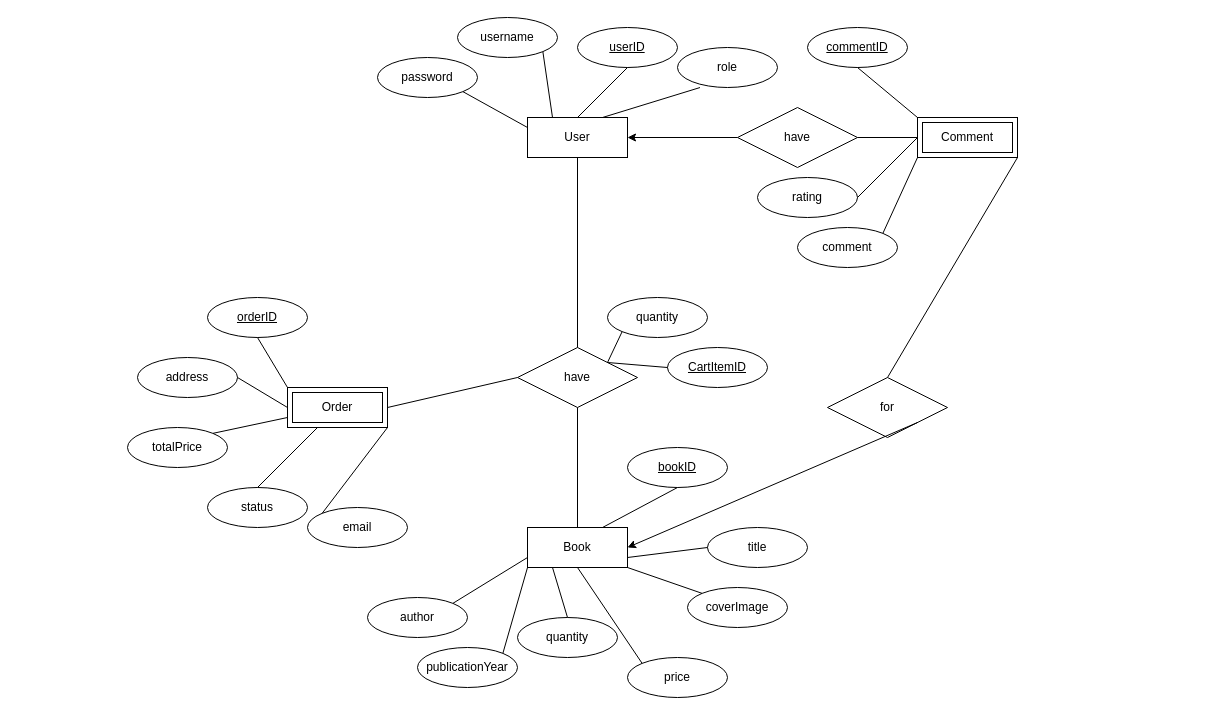
Before: Untitled Diagram.drawio in aurora-mei/BookSelling, a draw.io diagram. Source tidied: cells renumbered, new cells numbered last; positions are measured from the earlier drawing's top-left corner, leaving out a move shared by most shapes. Both pictures are drawn from the tidied source at 100%, with x=0, y=0 at pixel (127, 17).
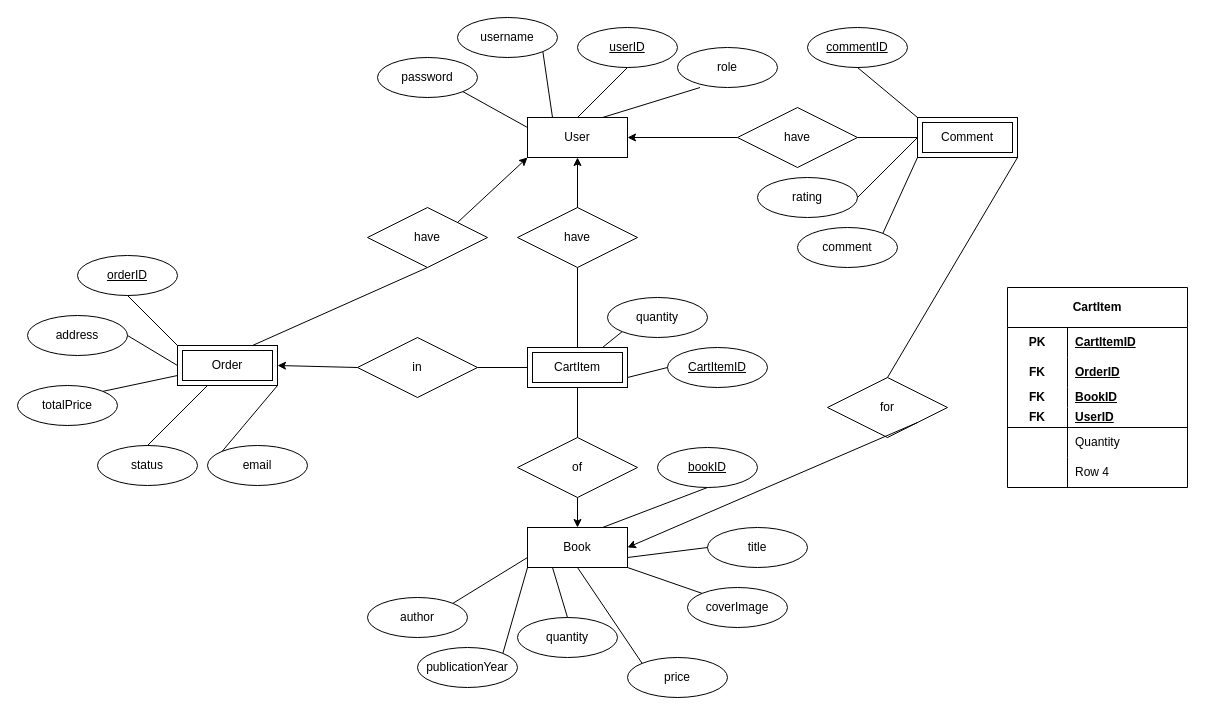
After the change.

Unchanged cells that the change refers to:
```xml
<mxCell id="2" value="User" style="whiteSpace=wrap;html=1;align=center;" parent="1" vertex="1">
  <mxGeometry x="400" y="100" width="100" height="40" as="geometry" />
</mxCell>
<mxCell id="11" value="Book" style="whiteSpace=wrap;html=1;align=center;" parent="1" vertex="1">
  <mxGeometry x="400" y="510" width="100" height="40" as="geometry" />
</mxCell>
<mxCell id="24" value="&lt;u&gt;CartItemID&lt;/u&gt;" style="ellipse;whiteSpace=wrap;html=1;align=center;fontStyle=4;" parent="1" vertex="1">
  <mxGeometry x="540" y="330" width="100" height="40" as="geometry" />
</mxCell>
<mxCell id="25" value="quantity" style="ellipse;whiteSpace=wrap;html=1;align=center;" parent="1" vertex="1">
  <mxGeometry x="480" y="280" width="100" height="40" as="geometry" />
</mxCell>
```

What changed in the source:
```diff
@@
     <mxCell id="12" value="bookID" style="ellipse;whiteSpace=wrap;html=1;align=center;fontStyle=4;" parent="1" vertex="1">
-      <mxGeometry x="500" y="430" width="100" height="40" as="geometry" />
+      <mxGeometry x="530" y="430" width="100" height="40" as="geometry" />
     </mxCell>
@@
-    <mxCell id="26" style="endArrow=none;html=1;rounded=0;exitX=0;exitY=0.5;exitDx=0;exitDy=0;entryX=1;entryY=0;entryDx=0;entryDy=0;" parent="1" edge="1" source="24" target="48">
+    <mxCell id="26" style="endArrow=none;html=1;rounded=0;exitX=0;exitY=0.5;exitDx=0;exitDy=0;entryX=1;entryY=0.75;entryDx=0;entryDy=0;" parent="1" edge="1" source="24" target="80">
       <mxGeometry relative="1" as="geometry" />
     </mxCell>
-    <mxCell id="27" style="endArrow=none;html=1;rounded=0;exitX=0;exitY=1;exitDx=0;exitDy=0;entryX=1;entryY=0;entryDx=0;entryDy=0;" parent="1" edge="1" source="25" target="48">
+    <mxCell id="27" style="endArrow=none;html=1;rounded=0;exitX=0;exitY=1;exitDx=0;exitDy=0;entryX=0.75;entryY=0;entryDx=0;entryDy=0;" parent="1" edge="1" source="25" target="80">
       <mxGeometry relative="1" as="geometry" />
     </mxCell>
@@
     <mxCell id="35" value="Order" style="shape=ext;margin=3;double=1;whiteSpace=wrap;html=1;align=center;" parent="1" vertex="1">
-      <mxGeometry x="160" y="370" width="100" height="40" as="geometry" />
+      <mxGeometry x="50" y="328" width="100" height="40" as="geometry" />
     </mxCell>
     <mxCell id="36" value="&lt;u&gt;orderID&lt;/u&gt;" style="ellipse;whiteSpace=wrap;html=1;align=center;" parent="1" vertex="1">
-      <mxGeometry x="80" y="280" width="100" height="40" as="geometry" />
+      <mxGeometry x="-50" y="238" width="100" height="40" as="geometry" />
     </mxCell>
     <mxCell id="37" value="status" style="ellipse;whiteSpace=wrap;html=1;align=center;" parent="1" vertex="1">
-      <mxGeometry x="80" y="470" width="100" height="40" as="geometry" />
+      <mxGeometry x="-30" y="428" width="100" height="40" as="geometry" />
     </mxCell>
     <mxCell id="38" value="address" style="ellipse;whiteSpace=wrap;html=1;align=center;" parent="1" vertex="1">
-      <mxGeometry x="10" y="340" width="100" height="40" as="geometry" />
+      <mxGeometry x="-100" y="298" width="100" height="40" as="geometry" />
     </mxCell>
     <mxCell id="39" value="totalPrice" style="ellipse;whiteSpace=wrap;html=1;align=center;" parent="1" vertex="1">
-      <mxGeometry y="410" width="100" height="40" as="geometry" />
+      <mxGeometry x="-110" y="368" width="100" height="40" as="geometry" />
     </mxCell>
@@
     <mxCell id="43" style="endArrow=none;html=1;rounded=0;entryX=0.5;entryY=0;entryDx=0;entryDy=0;" parent="1" edge="1" target="37">
       <mxGeometry relative="1" as="geometry">
-        <mxPoint x="190" y="410" as="sourcePoint" />
+        <mxPoint x="80" y="368" as="sourcePoint" />
       </mxGeometry>
     </mxCell>
     <mxCell id="44" value="email" style="ellipse;whiteSpace=wrap;html=1;align=center;" parent="1" vertex="1">
-      <mxGeometry x="180" y="490" width="100" height="40" as="geometry" />
+      <mxGeometry x="80" y="428" width="100" height="40" as="geometry" />
     </mxCell>
@@
-    <mxCell id="48" value="have" style="shape=rhombus;perimeter=rhombusPerimeter;whiteSpace=wrap;html=1;align=center;" parent="1" vertex="1">
-      <mxGeometry x="390" y="330" width="120" height="60" as="geometry" />
-    </mxCell>
@@
-    <mxCell id="55" style="endArrow=none;html=1;rounded=0;exitX=0.5;exitY=0;exitDx=0;exitDy=0;entryX=0.5;entryY=1;entryDx=0;entryDy=0;" parent="1" edge="1" source="48" target="2">
-      <mxGeometry relative="1" as="geometry" />
-    </mxCell>
-    <mxCell id="56" style="endArrow=none;html=1;rounded=0;exitX=0.5;exitY=0;exitDx=0;exitDy=0;entryX=0.5;entryY=1;entryDx=0;entryDy=0;" parent="1" edge="1" source="11" target="48">
-      <mxGeometry relative="1" as="geometry" />
-    </mxCell>
-    <mxCell id="57" style="endArrow=none;html=1;rounded=0;exitX=1;exitY=0.5;exitDx=0;exitDy=0;entryX=0;entryY=0.5;entryDx=0;entryDy=0;" parent="1" edge="1" source="35" target="48">
-      <mxGeometry relative="1" as="geometry" />
-    </mxCell>
+    <mxCell id="58" value="CartItem" style="shape=table;startSize=40;childLayout=tableLayout;rowLines=0;fontStyle=1;align=center;html=1;whiteSpace=wrap;" parent="1" vertex="1">
+      <mxGeometry x="880" y="270" width="180" height="200" as="geometry" />
+    </mxCell>
+    <mxCell id="59" style="shape=tableRow;horizontal=0;startSize=0;swimlaneHead=0;swimlaneBody=0;fillColor=none;top=0;left=0;right=0;bottom=0;html=1;" parent="58" vertex="1">
+      <mxGeometry y="40" width="180" height="30" as="geometry" />
+    </mxCell>
+    <mxCell id="60" value="PK" style="shape=partialRectangle;fillColor=none;top=0;left=0;bottom=0;right=0;fontStyle=1;overflow=hidden;html=1;whiteSpace=wrap;" parent="59" vertex="1">
+      <mxGeometry width="60" height="30" as="geometry" />
+    </mxCell>
+    <mxCell id="61" value="CartItemID" style="shape=partialRectangle;fillColor=none;top=0;left=0;bottom=0;right=0;align=left;spacingLeft=6;fontStyle=5;overflow=hidden;html=1;whiteSpace=wrap;" parent="59" vertex="1">
+      <mxGeometry x="60" width="120" height="30" as="geometry" />
+    </mxCell>
+    <mxCell id="62" style="shape=tableRow;horizontal=0;startSize=0;swimlaneHead=0;swimlaneBody=0;fillColor=none;top=0;left=0;right=0;bottom=0;html=1;" parent="58" vertex="1">
+      <mxGeometry y="70" width="180" height="30" as="geometry" />
+    </mxCell>
+    <mxCell id="63" value="FK" style="shape=partialRectangle;fillColor=none;top=0;left=0;bottom=0;right=0;fontStyle=1;overflow=hidden;html=1;whiteSpace=wrap;" parent="62" vertex="1">
+      <mxGeometry width="60" height="30" as="geometry" />
+    </mxCell>
+    <mxCell id="64" value="OrderID" style="shape=partialRectangle;fillColor=none;top=0;left=0;bottom=0;right=0;align=left;spacingLeft=6;fontStyle=5;overflow=hidden;html=1;whiteSpace=wrap;" parent="62" vertex="1">
+      <mxGeometry x="60" width="120" height="30" as="geometry" />
+    </mxCell>
+    <mxCell id="65" style="shape=tableRow;horizontal=0;startSize=0;swimlaneHead=0;swimlaneBody=0;fillColor=none;top=0;left=0;right=0;bottom=0;html=1;" parent="58" vertex="1">
+      <mxGeometry y="100" width="180" height="20" as="geometry" />
+    </mxCell>
+    <mxCell id="66" value="FK" style="shape=partialRectangle;fillColor=none;top=0;left=0;bottom=0;right=0;fontStyle=1;overflow=hidden;html=1;whiteSpace=wrap;" parent="65" vertex="1">
+      <mxGeometry width="60" height="20" as="geometry" />
+    </mxCell>
+    <mxCell id="67" value="BookID" style="shape=partialRectangle;fillColor=none;top=0;left=0;bottom=0;right=0;align=left;spacingLeft=6;fontStyle=5;overflow=hidden;html=1;whiteSpace=wrap;" parent="65" vertex="1">
+      <mxGeometry x="60" width="120" height="20" as="geometry" />
+    </mxCell>
+    <mxCell id="68" style="shape=tableRow;horizontal=0;startSize=0;swimlaneHead=0;swimlaneBody=0;fillColor=none;top=0;left=0;right=0;bottom=1;html=1;" parent="58" vertex="1">
+      <mxGeometry y="120" width="180" height="20" as="geometry" />
+    </mxCell>
+    <mxCell id="69" value="FK" style="shape=partialRectangle;fillColor=none;top=0;left=0;bottom=0;right=0;fontStyle=1;overflow=hidden;html=1;whiteSpace=wrap;" parent="68" vertex="1">
+      <mxGeometry width="60" height="20" as="geometry" />
+    </mxCell>
+    <mxCell id="70" value="UserID" style="shape=partialRectangle;fillColor=none;top=0;left=0;bottom=0;right=0;align=left;spacingLeft=6;fontStyle=5;overflow=hidden;html=1;whiteSpace=wrap;" parent="68" vertex="1">
+      <mxGeometry x="60" width="120" height="20" as="geometry" />
+    </mxCell>
+    <mxCell id="71" style="shape=tableRow;horizontal=0;startSize=0;swimlaneHead=0;swimlaneBody=0;fillColor=none;top=0;left=0;right=0;bottom=0;html=1;" parent="58" vertex="1">
+      <mxGeometry y="140" width="180" height="30" as="geometry" />
+    </mxCell>
+    <mxCell id="72" style="shape=partialRectangle;fillColor=none;top=0;left=0;bottom=0;right=0;overflow=hidden;html=1;whiteSpace=wrap;" parent="71" vertex="1">
+      <mxGeometry width="60" height="30" as="geometry" />
+    </mxCell>
+    <mxCell id="73" value="Quantity" style="shape=partialRectangle;fillColor=none;top=0;left=0;bottom=0;right=0;align=left;spacingLeft=6;overflow=hidden;html=1;whiteSpace=wrap;" parent="71" vertex="1">
+      <mxGeometry x="60" width="120" height="30" as="geometry" />
+    </mxCell>
+    <mxCell id="74" style="shape=tableRow;horizontal=0;startSize=0;swimlaneHead=0;swimlaneBody=0;fillColor=none;top=0;left=0;right=0;bottom=0;html=1;" parent="58" vertex="1">
+      <mxGeometry y="170" width="180" height="30" as="geometry" />
+    </mxCell>
+    <mxCell id="75" style="shape=partialRectangle;fillColor=none;top=0;left=0;bottom=0;right=0;overflow=hidden;html=1;whiteSpace=wrap;" parent="74" vertex="1">
+      <mxGeometry width="60" height="30" as="geometry" />
+    </mxCell>
+    <mxCell id="76" value="Row 4" style="shape=partialRectangle;fillColor=none;top=0;left=0;bottom=0;right=0;align=left;spacingLeft=6;overflow=hidden;html=1;whiteSpace=wrap;" parent="74" vertex="1">
+      <mxGeometry x="60" width="120" height="30" as="geometry" />
+    </mxCell>
+    <mxCell id="77" value="have" style="shape=rhombus;perimeter=rhombusPerimeter;whiteSpace=wrap;html=1;align=center;" parent="1" vertex="1">
+      <mxGeometry x="240" y="190" width="120" height="60" as="geometry" />
+    </mxCell>
+    <mxCell id="78" style="endArrow=none;html=1;rounded=0;exitX=0.75;exitY=0;exitDx=0;exitDy=0;entryX=0.5;entryY=1;entryDx=0;entryDy=0;" parent="1" edge="1" source="35" target="77">
+      <mxGeometry relative="1" as="geometry" />
+    </mxCell>
+    <mxCell id="79" style="endArrow=classic;html=1;rounded=0;exitX=1;exitY=0;exitDx=0;exitDy=0;entryX=0;entryY=1;entryDx=0;entryDy=0;" parent="1" edge="1" source="77" target="2">
+      <mxGeometry relative="1" as="geometry" />
+    </mxCell>
+    <mxCell id="80" value="CartItem" style="shape=ext;margin=3;double=1;whiteSpace=wrap;html=1;align=center;" parent="1" vertex="1">
+      <mxGeometry x="400" y="330" width="100" height="40" as="geometry" />
+    </mxCell>
+    <mxCell id="81" value="of" style="shape=rhombus;perimeter=rhombusPerimeter;whiteSpace=wrap;html=1;align=center;" parent="1" vertex="1">
+      <mxGeometry x="390" y="420" width="120" height="60" as="geometry" />
+    </mxCell>
+    <mxCell id="82" value="have" style="shape=rhombus;perimeter=rhombusPerimeter;whiteSpace=wrap;html=1;align=center;" parent="1" vertex="1">
+      <mxGeometry x="390" y="190" width="120" height="60" as="geometry" />
+    </mxCell>
+    <mxCell id="83" style="endArrow=classic;html=1;rounded=0;exitX=0.5;exitY=0;exitDx=0;exitDy=0;entryX=0.5;entryY=1;entryDx=0;entryDy=0;" parent="1" edge="1" source="82" target="2">
+      <mxGeometry relative="1" as="geometry" />
+    </mxCell>
+    <mxCell id="84" style="endArrow=classic;html=1;rounded=0;exitX=0.5;exitY=1;exitDx=0;exitDy=0;entryX=0.5;entryY=0;entryDx=0;entryDy=0;" parent="1" edge="1" source="81" target="11">
+      <mxGeometry relative="1" as="geometry" />
+    </mxCell>
+    <mxCell id="85" style="endArrow=none;html=1;rounded=0;exitX=0.5;exitY=1;exitDx=0;exitDy=0;entryX=0.5;entryY=0;entryDx=0;entryDy=0;" parent="1" edge="1" source="80" target="81">
+      <mxGeometry relative="1" as="geometry" />
+    </mxCell>
+    <mxCell id="86" style="endArrow=none;html=1;rounded=0;exitX=0.5;exitY=0;exitDx=0;exitDy=0;entryX=0.5;entryY=1;entryDx=0;entryDy=0;" parent="1" edge="1" source="80" target="82">
+      <mxGeometry relative="1" as="geometry" />
+    </mxCell>
+    <mxCell id="87" value="in" style="shape=rhombus;perimeter=rhombusPerimeter;whiteSpace=wrap;html=1;align=center;" parent="1" vertex="1">
+      <mxGeometry x="230" y="320" width="120" height="60" as="geometry" />
+    </mxCell>
+    <mxCell id="88" style="endArrow=none;html=1;rounded=0;exitX=1;exitY=0.5;exitDx=0;exitDy=0;entryX=0;entryY=0.5;entryDx=0;entryDy=0;" parent="1" edge="1" source="87" target="80">
+      <mxGeometry relative="1" as="geometry" />
+    </mxCell>
+    <mxCell id="89" style="endArrow=classic;html=1;rounded=0;entryX=1;entryY=0.5;entryDx=0;entryDy=0;exitX=0;exitY=0.5;exitDx=0;exitDy=0;" parent="1" edge="1" source="87" target="35">
+      <mxGeometry relative="1" as="geometry" />
+    </mxCell>
```
